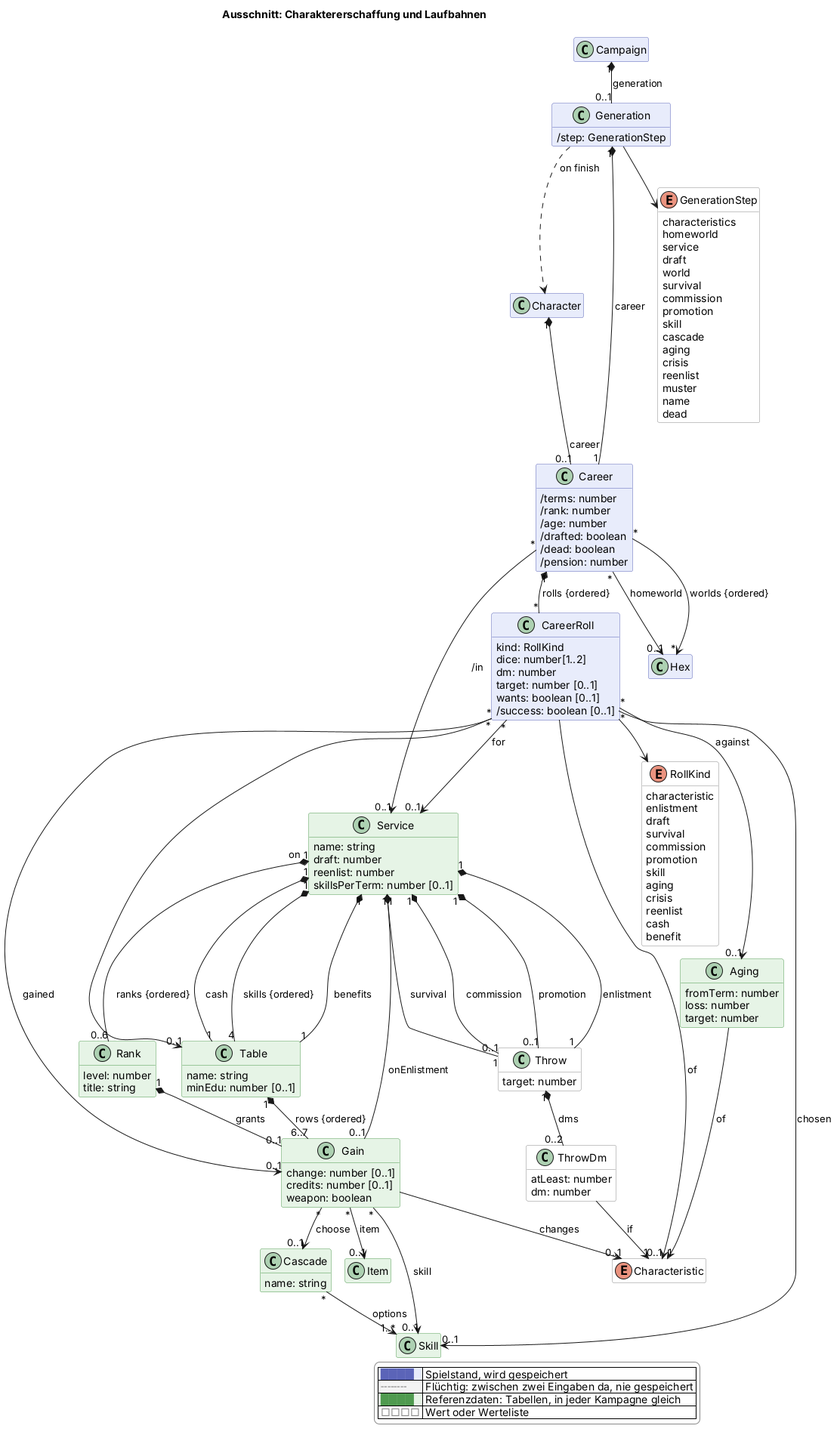
Earlier version of the PlantUML export docs/views/erschaffung.png (scuzzar/SRE).
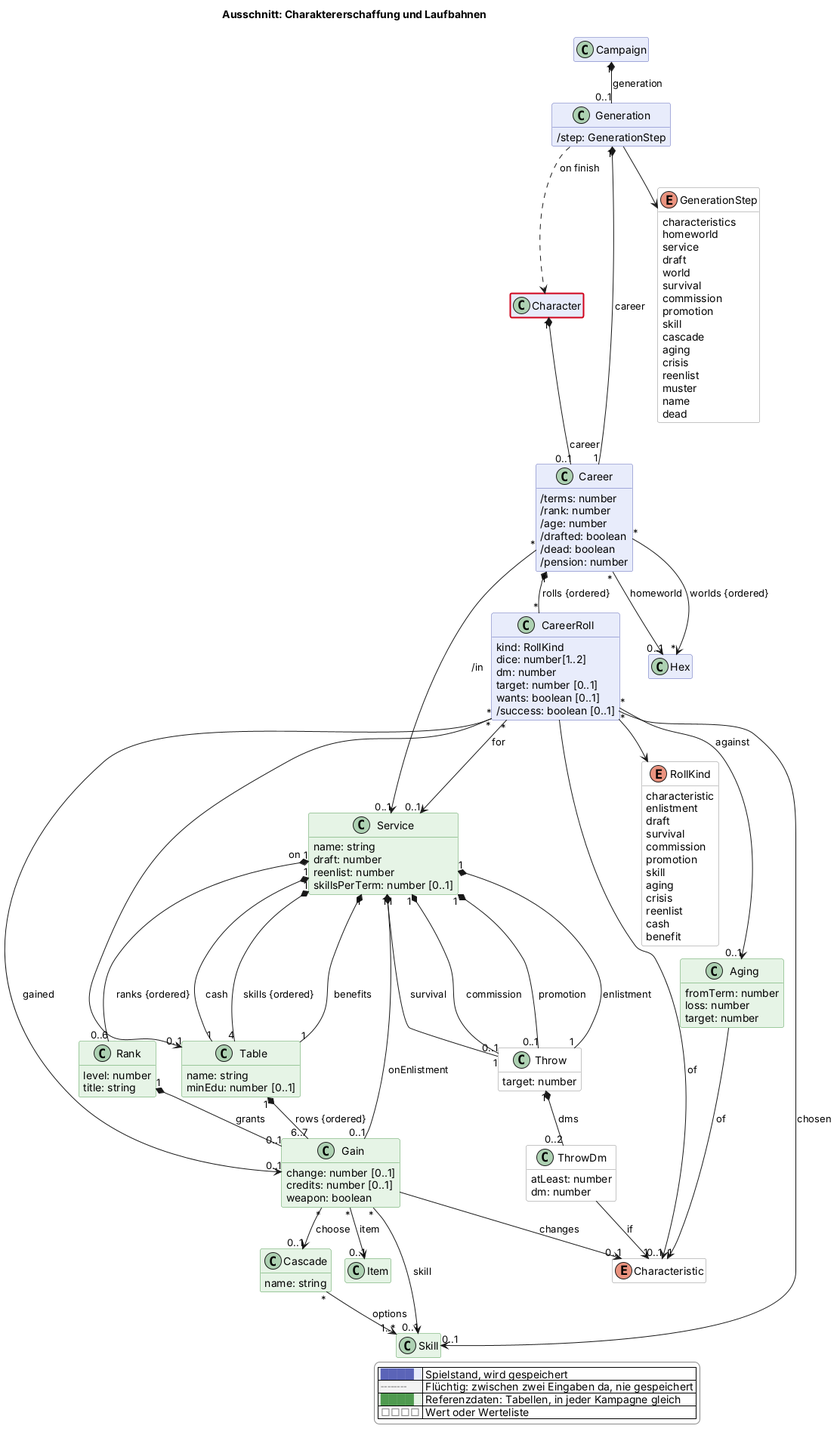
Above is the later version.

The edit, as a diff of the source:
```diff
@@ -210,4 +210,5 @@
   |<#e6f4e6> <color:#4f9a4f>████</color> | Referenzdaten: Tabellen, in jeder Kampagne gleich |
   |<#ffffff> <color:#8a8a8a>□□□□</color> | Wert oder Werteliste |
 endlegend
+class Character #line:d0021b;line.bold
 @enduml
```
